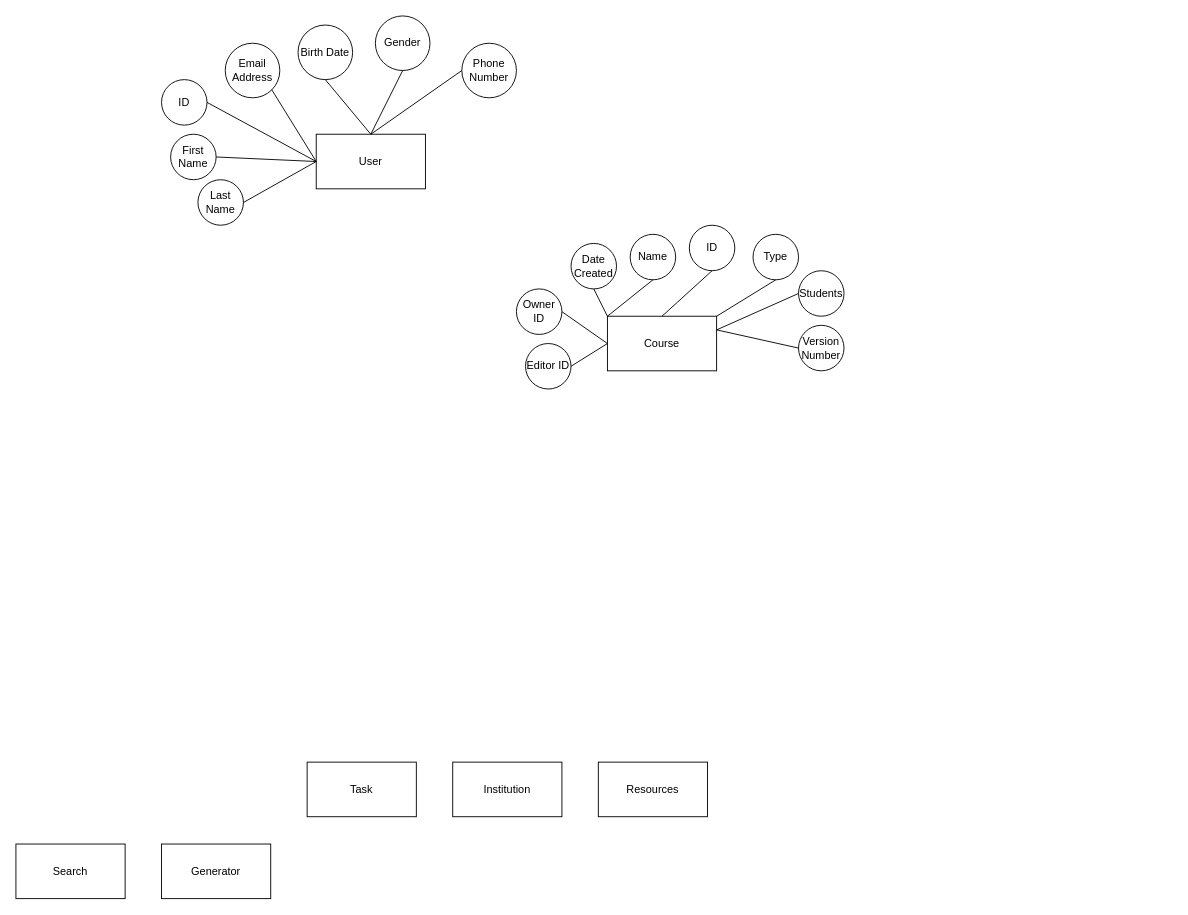
This is diagrams/db/DatabaseER.drawio from Apollo-LW/Apollo-LW, a draw.io file, before an edit. Source tidied: cells renumbered, new cells numbered last; positions are measured from the earlier drawing's top-left corner, leaving out a move shared by most shapes. Both pictures are drawn from the tidied source at 91%, with x=0, y=0 at pixel (15, 15).
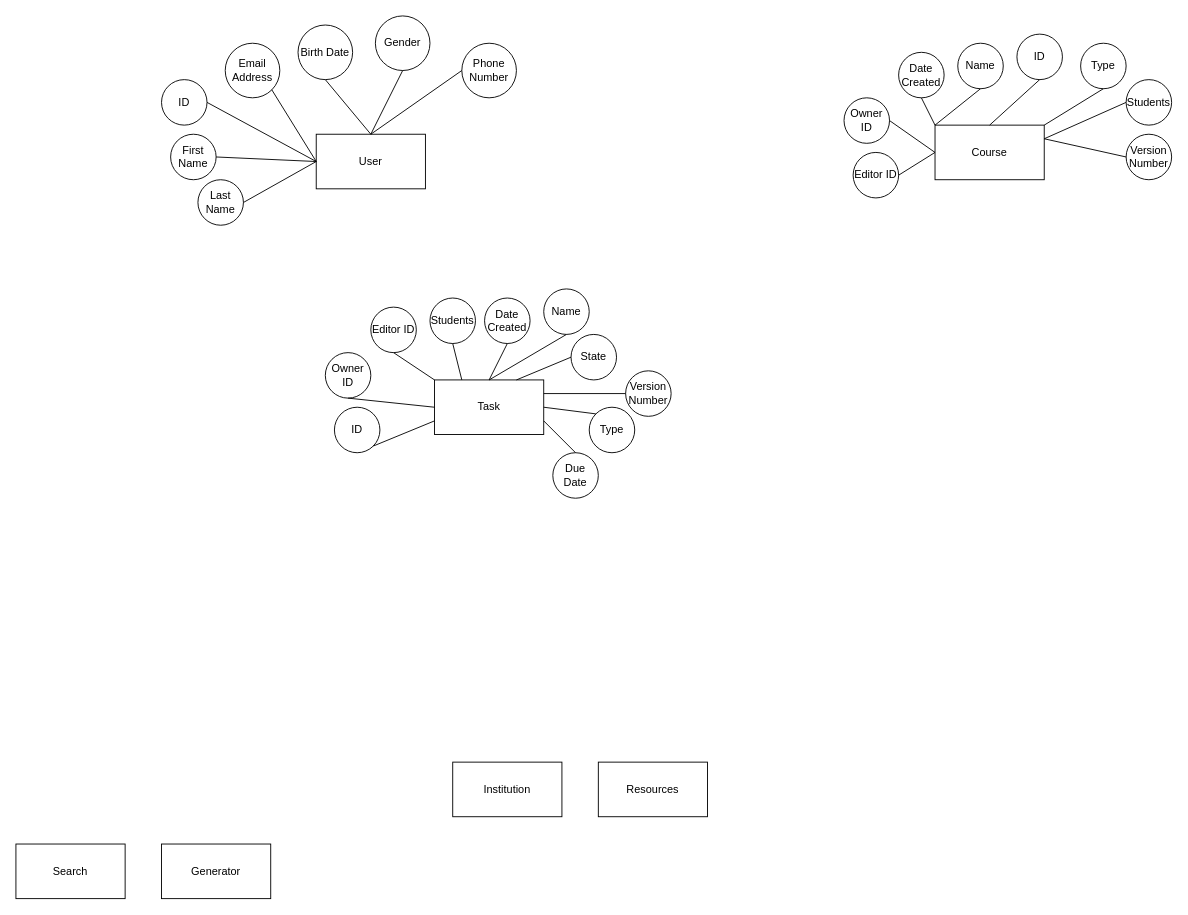
Above is the later version.

Commit message:
Add Task Data Model

Change to the diagram source:
```diff
@@
     <mxCell id="3" value="Course" style="rounded=0;whiteSpace=wrap;html=1;" parent="1" vertex="1">
-      <mxGeometry x="650" y="330" width="120" height="60" as="geometry" />
+      <mxGeometry x="1010" y="120" width="120" height="60" as="geometry" />
     </mxCell>
     <mxCell id="4" value="Task" style="rounded=0;whiteSpace=wrap;html=1;" parent="1" vertex="1">
-      <mxGeometry x="320" y="820" width="120" height="60" as="geometry" />
+      <mxGeometry x="460" y="400" width="120" height="60" as="geometry" />
     </mxCell>
@@
     <mxCell id="23" value="Name" style="ellipse;whiteSpace=wrap;html=1;" parent="1" vertex="1">
-      <mxGeometry x="675" y="240" width="50" height="50" as="geometry" />
+      <mxGeometry x="1035" y="30" width="50" height="50" as="geometry" />
     </mxCell>
     <mxCell id="24" value="Date Created" style="ellipse;whiteSpace=wrap;html=1;" parent="1" vertex="1">
-      <mxGeometry x="610" y="250" width="50" height="50" as="geometry" />
+      <mxGeometry x="970" y="40" width="50" height="50" as="geometry" />
     </mxCell>
     <mxCell id="25" value="ID" style="ellipse;whiteSpace=wrap;html=1;" parent="1" vertex="1">
-      <mxGeometry x="740" y="230" width="50" height="50" as="geometry" />
+      <mxGeometry x="1100" y="20" width="50" height="50" as="geometry" />
     </mxCell>
     <mxCell id="26" value="Version Number" style="ellipse;whiteSpace=wrap;html=1;" parent="1" vertex="1">
-      <mxGeometry x="860" y="340" width="50" height="50" as="geometry" />
+      <mxGeometry x="1220" y="130" width="50" height="50" as="geometry" />
     </mxCell>
     <mxCell id="27" value="Owner ID" style="ellipse;whiteSpace=wrap;html=1;" parent="1" vertex="1">
-      <mxGeometry x="550" y="300" width="50" height="50" as="geometry" />
+      <mxGeometry x="910" y="90" width="50" height="50" as="geometry" />
     </mxCell>
     <mxCell id="28" value="Editor ID" style="ellipse;whiteSpace=wrap;html=1;" parent="1" vertex="1">
-      <mxGeometry x="560" y="360" width="50" height="50" as="geometry" />
+      <mxGeometry x="920" y="150" width="50" height="50" as="geometry" />
     </mxCell>
     <mxCell id="29" value="Type" style="ellipse;whiteSpace=wrap;html=1;" parent="1" vertex="1">
-      <mxGeometry x="810" y="240" width="50" height="50" as="geometry" />
+      <mxGeometry x="1170" y="30" width="50" height="50" as="geometry" />
     </mxCell>
     <mxCell id="30" value="Students" style="ellipse;whiteSpace=wrap;html=1;" parent="1" vertex="1">
-      <mxGeometry x="860" y="280" width="50" height="50" as="geometry" />
+      <mxGeometry x="1220" y="70" width="50" height="50" as="geometry" />
     </mxCell>
@@
+    <mxCell id="39" value="ID" style="ellipse;whiteSpace=wrap;html=1;" parent="1" vertex="1">
+      <mxGeometry x="350" y="430" width="50" height="50" as="geometry" />
+    </mxCell>
+    <mxCell id="40" value="Owner ID" style="ellipse;whiteSpace=wrap;html=1;" parent="1" vertex="1">
+      <mxGeometry x="340" y="370" width="50" height="50" as="geometry" />
+    </mxCell>
+    <mxCell id="41" value="Editor ID" style="ellipse;whiteSpace=wrap;html=1;" parent="1" vertex="1">
+      <mxGeometry x="390" y="320" width="50" height="50" as="geometry" />
+    </mxCell>
+    <mxCell id="42" style="endArrow=none;html=1;rounded=0;exitX=0.5;exitY=1;exitDx=0;exitDy=0;entryX=0;entryY=0.5;entryDx=0;entryDy=0;" parent="1" edge="1" source="40" target="4">
+      <mxGeometry relative="1" as="geometry" />
+    </mxCell>
+    <mxCell id="43" style="endArrow=none;html=1;rounded=0;exitX=1;exitY=1;exitDx=0;exitDy=0;entryX=0;entryY=0.75;entryDx=0;entryDy=0;" parent="1" edge="1" source="39" target="4">
+      <mxGeometry relative="1" as="geometry" />
+    </mxCell>
+    <mxCell id="44" style="endArrow=none;html=1;rounded=0;exitX=0.5;exitY=1;exitDx=0;exitDy=0;entryX=0;entryY=0;entryDx=0;entryDy=0;" parent="1" edge="1" source="41" target="4">
+      <mxGeometry relative="1" as="geometry" />
+    </mxCell>
+    <mxCell id="45" value="Students" style="ellipse;whiteSpace=wrap;html=1;" parent="1" vertex="1">
+      <mxGeometry x="455" y="310" width="50" height="50" as="geometry" />
+    </mxCell>
+    <mxCell id="46" value="Name" style="ellipse;whiteSpace=wrap;html=1;" parent="1" vertex="1">
+      <mxGeometry x="580" y="300" width="50" height="50" as="geometry" />
+    </mxCell>
+    <mxCell id="47" value="Date Created" style="ellipse;whiteSpace=wrap;html=1;" parent="1" vertex="1">
+      <mxGeometry x="515" y="310" width="50" height="50" as="geometry" />
+    </mxCell>
+    <mxCell id="48" value="Type" style="ellipse;whiteSpace=wrap;html=1;" parent="1" vertex="1">
+      <mxGeometry x="630" y="430" width="50" height="50" as="geometry" />
+    </mxCell>
+    <mxCell id="49" value="Version Number" style="ellipse;whiteSpace=wrap;html=1;" parent="1" vertex="1">
+      <mxGeometry x="670" y="390" width="50" height="50" as="geometry" />
+    </mxCell>
+    <mxCell id="50" value="Due Date" style="ellipse;whiteSpace=wrap;html=1;" parent="1" vertex="1">
+      <mxGeometry x="590" y="480" width="50" height="50" as="geometry" />
+    </mxCell>
+    <mxCell id="51" value="State" style="ellipse;whiteSpace=wrap;html=1;" parent="1" vertex="1">
+      <mxGeometry x="610" y="350" width="50" height="50" as="geometry" />
+    </mxCell>
+    <mxCell id="52" style="endArrow=none;html=1;rounded=0;exitX=0.5;exitY=1;exitDx=0;exitDy=0;entryX=0.25;entryY=0;entryDx=0;entryDy=0;" parent="1" edge="1" source="45" target="4">
+      <mxGeometry relative="1" as="geometry" />
+    </mxCell>
+    <mxCell id="53" style="endArrow=none;html=1;rounded=0;exitX=0.5;exitY=1;exitDx=0;exitDy=0;entryX=0.5;entryY=0;entryDx=0;entryDy=0;" parent="1" edge="1" source="47" target="4">
+      <mxGeometry relative="1" as="geometry" />
+    </mxCell>
+    <mxCell id="54" style="endArrow=none;html=1;rounded=0;exitX=0.5;exitY=1;exitDx=0;exitDy=0;entryX=0.5;entryY=0;entryDx=0;entryDy=0;" parent="1" edge="1" source="46" target="4">
+      <mxGeometry relative="1" as="geometry" />
+    </mxCell>
+    <mxCell id="55" style="endArrow=none;html=1;rounded=0;exitX=0;exitY=0.5;exitDx=0;exitDy=0;entryX=0.75;entryY=0;entryDx=0;entryDy=0;" parent="1" edge="1" source="51" target="4">
+      <mxGeometry relative="1" as="geometry" />
+    </mxCell>
+    <mxCell id="56" style="endArrow=none;html=1;rounded=0;exitX=0;exitY=0.5;exitDx=0;exitDy=0;entryX=1;entryY=0.25;entryDx=0;entryDy=0;" parent="1" edge="1" source="49" target="4">
+      <mxGeometry relative="1" as="geometry" />
+    </mxCell>
+    <mxCell id="57" style="endArrow=none;html=1;rounded=0;exitX=0;exitY=0;exitDx=0;exitDy=0;entryX=1;entryY=0.5;entryDx=0;entryDy=0;" parent="1" edge="1" source="48" target="4">
+      <mxGeometry relative="1" as="geometry" />
+    </mxCell>
+    <mxCell id="58" style="endArrow=none;html=1;rounded=0;exitX=0.5;exitY=0;exitDx=0;exitDy=0;entryX=1;entryY=0.75;entryDx=0;entryDy=0;" parent="1" edge="1" source="50" target="4">
+      <mxGeometry relative="1" as="geometry" />
+    </mxCell>
```
